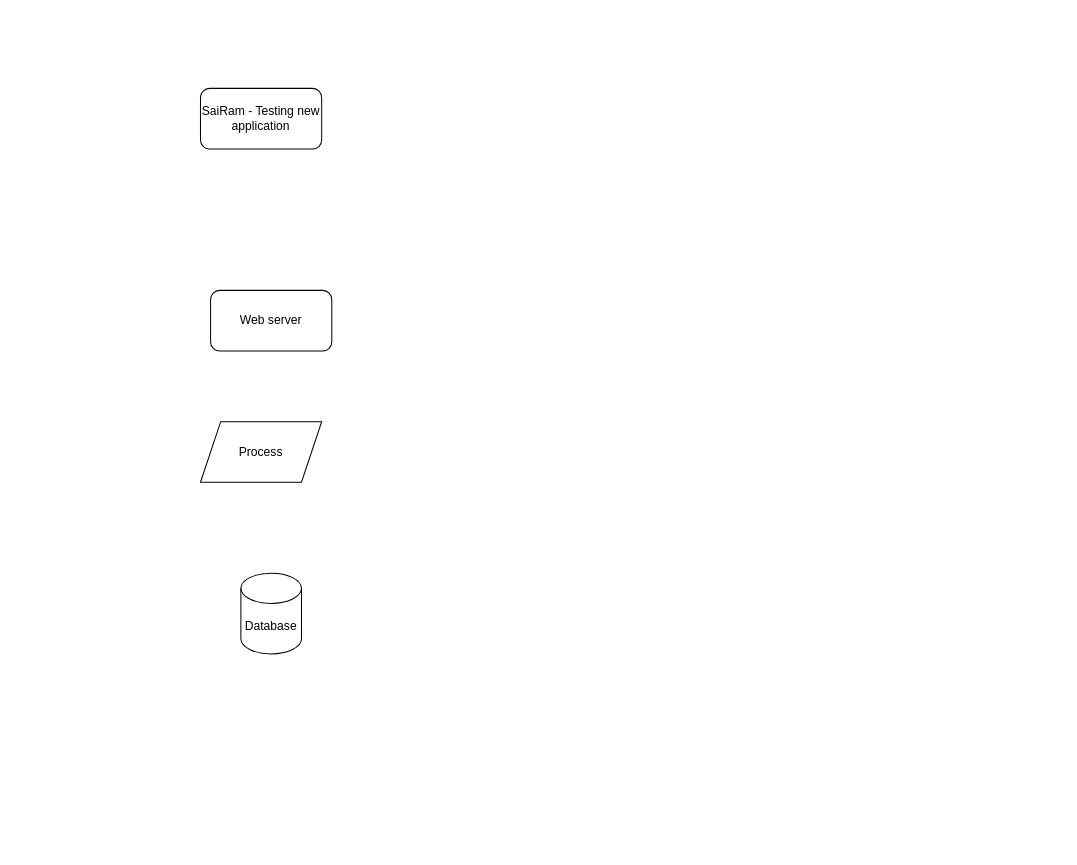
Pari-V/experiments keeps this draw.io diagram as SaiExperiment.drawio. Above is the earlier version. Source tidied: cells renumbered, new cells numbered last; positions are measured from the earlier drawing's top-left corner, leaving out a move shared by most shapes. Both pictures are drawn from the tidied source at 101%, with x=0, y=0 at pixel (200, 88).
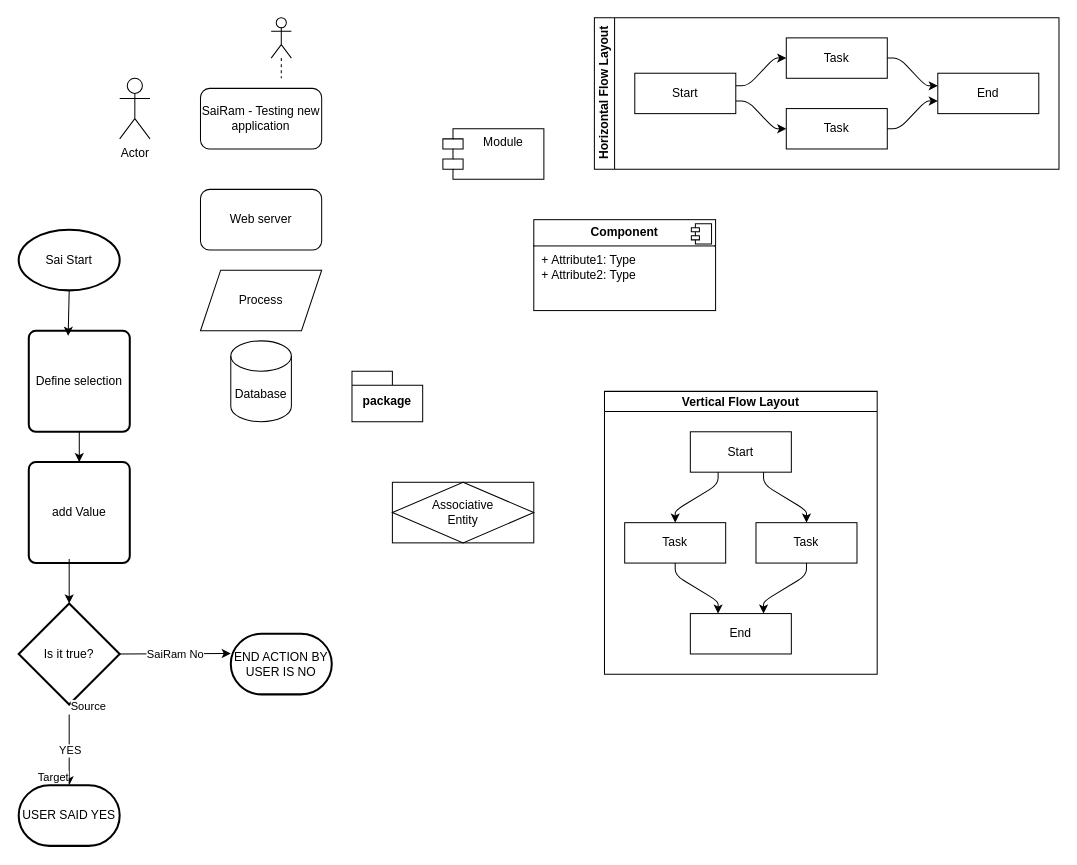
Above is the later version.

Change to the diagram source:
```diff
@@
     <mxCell id="3" value="Web server" style="rounded=1;whiteSpace=wrap;html=1;" parent="1" vertex="1">
-      <mxGeometry x="10" y="200" width="120" height="60" as="geometry" />
+      <mxGeometry y="100" width="120" height="60" as="geometry" />
     </mxCell>
     <mxCell id="4" value="Process" style="shape=parallelogram;perimeter=parallelogramPerimeter;whiteSpace=wrap;html=1;fixedSize=1;" parent="1" vertex="1">
-      <mxGeometry y="330" width="120" height="60" as="geometry" />
+      <mxGeometry y="180" width="120" height="60" as="geometry" />
     </mxCell>
     <mxCell id="5" value="Database" style="shape=cylinder3;whiteSpace=wrap;html=1;boundedLbl=1;backgroundOutline=1;size=15;" parent="1" vertex="1">
-      <mxGeometry x="40" y="480" width="60" height="80" as="geometry" />
+      <mxGeometry x="30" y="250" width="60" height="80" as="geometry" />
     </mxCell>
+    <mxCell id="6" value="Actor" style="shape=umlActor;verticalLabelPosition=bottom;verticalAlign=top;html=1;" parent="1" vertex="1">
+      <mxGeometry x="-80" y="-10" width="30" height="60" as="geometry" />
+    </mxCell>
+    <mxCell id="7" style="shape=umlLifeline;perimeter=lifelinePerimeter;whiteSpace=wrap;html=1;newEdgeStyle={&quot;curved&quot;:0,&quot;rounded&quot;:0};participant=umlActor;" parent="1" vertex="1">
+      <mxGeometry x="70" y="-70" width="20" height="60" as="geometry" />
+    </mxCell>
+    <mxCell id="8" value="package" style="shape=folder;fontStyle=1;spacingTop=10;tabWidth=40;tabHeight=14;tabPosition=left;html=1;whiteSpace=wrap;" parent="1" vertex="1">
+      <mxGeometry x="150" y="280" width="70" height="50" as="geometry" />
+    </mxCell>
+    <mxCell id="9" value="Module" style="shape=module;align=left;spacingLeft=20;align=center;verticalAlign=top;whiteSpace=wrap;html=1;" parent="1" vertex="1">
+      <mxGeometry x="240" y="40" width="100" height="50" as="geometry" />
+    </mxCell>
+    <mxCell id="10" value="&lt;p style=&quot;margin:0px;margin-top:6px;text-align:center;&quot;&gt;&lt;b&gt;Component&lt;/b&gt;&lt;/p&gt;&lt;hr size=&quot;1&quot; style=&quot;border-style:solid;&quot;/&gt;&lt;p style=&quot;margin:0px;margin-left:8px;&quot;&gt;+ Attribute1: Type&lt;br/&gt;+ Attribute2: Type&lt;/p&gt;" style="align=left;overflow=fill;html=1;whiteSpace=wrap;" parent="1" vertex="1">
+      <mxGeometry x="330" y="130" width="180" height="90" as="geometry" />
+    </mxCell>
+    <mxCell id="11" style="shape=component;jettyWidth=8;jettyHeight=4;" parent="10" vertex="1">
+      <mxGeometry x="1" width="20" height="20" relative="1" as="geometry">
+        <mxPoint x="-24" y="4" as="offset" />
+      </mxGeometry>
+    </mxCell>
+    <mxCell id="12" value="Associative&#10;Entity" style="shape=associativeEntity;whiteSpace=wrap;html=1;align=center;" parent="1" vertex="1">
+      <mxGeometry x="190" y="390" width="140" height="60" as="geometry" />
+    </mxCell>
+    <mxCell id="13" value="Vertical Flow Layout" style="swimlane;startSize=20;horizontal=1;flowOrientation=north;interRankCellSpacing=50;containerType=tree;fontSize=12;" parent="1" vertex="1">
+      <mxGeometry x="400" y="300" width="270" height="280" as="geometry" />
+    </mxCell>
+    <mxCell id="14" value="Start" style="whiteSpace=wrap;html=1;" parent="13" vertex="1">
+      <mxGeometry x="85" y="40" width="100" height="40" as="geometry" />
+    </mxCell>
+    <mxCell id="15" value="Task" style="whiteSpace=wrap;html=1;" parent="13" vertex="1">
+      <mxGeometry x="20" y="130" width="100" height="40" as="geometry" />
+    </mxCell>
+    <mxCell id="16" style="html=1;rounded=1;curved=0;sourcePerimeterSpacing=0;targetPerimeterSpacing=0;startSize=6;endSize=6;noEdgeStyle=1;orthogonal=1;" parent="13" edge="1" source="14" target="15">
+      <mxGeometry relative="1" as="geometry">
+        <Array as="points">
+          <mxPoint x="112.5" y="92" />
+          <mxPoint x="70" y="118" />
+        </Array>
+      </mxGeometry>
+    </mxCell>
+    <mxCell id="17" value="Task" style="whiteSpace=wrap;html=1;" parent="13" vertex="1">
+      <mxGeometry x="150" y="130" width="100" height="40" as="geometry" />
+    </mxCell>
+    <mxCell id="18" style="html=1;rounded=1;curved=0;sourcePerimeterSpacing=0;targetPerimeterSpacing=0;startSize=6;endSize=6;noEdgeStyle=1;orthogonal=1;" parent="13" edge="1" source="14" target="17">
+      <mxGeometry relative="1" as="geometry">
+        <Array as="points">
+          <mxPoint x="157.5" y="92" />
+          <mxPoint x="200" y="118" />
+        </Array>
+      </mxGeometry>
+    </mxCell>
+    <mxCell id="19" value="End" style="whiteSpace=wrap;html=1;" parent="13" vertex="1">
+      <mxGeometry x="85" y="220" width="100" height="40" as="geometry" />
+    </mxCell>
+    <mxCell id="20" style="html=1;rounded=1;curved=0;sourcePerimeterSpacing=0;targetPerimeterSpacing=0;startSize=6;endSize=6;noEdgeStyle=1;orthogonal=1;" parent="13" edge="1" source="15" target="19">
+      <mxGeometry relative="1" as="geometry">
+        <Array as="points">
+          <mxPoint x="70" y="182" />
+          <mxPoint x="112.5" y="208" />
+        </Array>
+      </mxGeometry>
+    </mxCell>
+    <mxCell id="21" style="html=1;rounded=1;curved=0;sourcePerimeterSpacing=0;targetPerimeterSpacing=0;startSize=6;endSize=6;noEdgeStyle=1;orthogonal=1;" parent="13" edge="1" source="17" target="19">
+      <mxGeometry relative="1" as="geometry">
+        <Array as="points">
+          <mxPoint x="200" y="182" />
+          <mxPoint x="157.5" y="208" />
+        </Array>
+      </mxGeometry>
+    </mxCell>
+    <mxCell id="22" value="Horizontal Flow Layout" style="swimlane;html=1;startSize=20;horizontal=0;flowOrientation=west;interRankCellSpacing=50;containerType=tree;fontSize=12;" parent="1" vertex="1">
+      <mxGeometry x="390" y="-70" width="460" height="150" as="geometry" />
+    </mxCell>
+    <mxCell id="23" value="Start" style="whiteSpace=wrap;html=1;" parent="22" vertex="1">
+      <mxGeometry x="40" y="55" width="100" height="40" as="geometry" />
+    </mxCell>
+    <mxCell id="24" value="Task" style="whiteSpace=wrap;html=1;" parent="22" vertex="1">
+      <mxGeometry x="190" y="20" width="100" height="40" as="geometry" />
+    </mxCell>
+    <mxCell id="25" style="html=1;rounded=1;curved=0;sourcePerimeterSpacing=0;targetPerimeterSpacing=0;startSize=6;endSize=6;noEdgeStyle=1;orthogonal=1;" parent="22" edge="1" source="23" target="24">
+      <mxGeometry relative="1" as="geometry">
+        <Array as="points">
+          <mxPoint x="152" y="67.5" />
+          <mxPoint x="178" y="40" />
+        </Array>
+      </mxGeometry>
+    </mxCell>
+    <mxCell id="26" value="Task" style="whiteSpace=wrap;html=1;" parent="22" vertex="1">
+      <mxGeometry x="190" y="90" width="100" height="40" as="geometry" />
+    </mxCell>
+    <mxCell id="27" style="html=1;rounded=1;curved=0;sourcePerimeterSpacing=0;targetPerimeterSpacing=0;startSize=6;endSize=6;noEdgeStyle=1;orthogonal=1;" parent="22" edge="1" source="23" target="26">
+      <mxGeometry relative="1" as="geometry">
+        <Array as="points">
+          <mxPoint x="152" y="82.5" />
+          <mxPoint x="178" y="110" />
+        </Array>
+      </mxGeometry>
+    </mxCell>
+    <mxCell id="28" value="End" style="whiteSpace=wrap;html=1;" parent="22" vertex="1">
+      <mxGeometry x="340" y="55" width="100" height="40" as="geometry" />
+    </mxCell>
+    <mxCell id="29" style="html=1;rounded=1;curved=0;sourcePerimeterSpacing=0;targetPerimeterSpacing=0;startSize=6;endSize=6;noEdgeStyle=1;orthogonal=1;" parent="22" edge="1" source="24" target="28">
+      <mxGeometry relative="1" as="geometry">
+        <Array as="points">
+          <mxPoint x="302" y="40" />
+          <mxPoint x="328" y="67.5" />
+        </Array>
+      </mxGeometry>
+    </mxCell>
+    <mxCell id="30" style="html=1;rounded=1;curved=0;sourcePerimeterSpacing=0;targetPerimeterSpacing=0;startSize=6;endSize=6;noEdgeStyle=1;orthogonal=1;" parent="22" edge="1" source="26" target="28">
+      <mxGeometry relative="1" as="geometry">
+        <Array as="points">
+          <mxPoint x="302" y="110" />
+          <mxPoint x="328" y="82.5" />
+        </Array>
+      </mxGeometry>
+    </mxCell>
+    <mxCell id="31" value="Sai Start" style="strokeWidth=2;html=1;shape=mxgraph.flowchart.start_1;whiteSpace=wrap;" parent="1" vertex="1">
+      <mxGeometry x="-180" y="140" width="100" height="60" as="geometry" />
+    </mxCell>
+    <mxCell id="32" value="Define selection" style="rounded=1;whiteSpace=wrap;html=1;absoluteArcSize=1;arcSize=14;strokeWidth=2;" parent="1" vertex="1">
+      <mxGeometry x="-170" y="240" width="100" height="100" as="geometry" />
+    </mxCell>
+    <mxCell id="33" value="add Value" style="rounded=1;whiteSpace=wrap;html=1;absoluteArcSize=1;arcSize=14;strokeWidth=2;" parent="1" vertex="1">
+      <mxGeometry x="-170" y="370" width="100" height="100" as="geometry" />
+    </mxCell>
+    <mxCell id="34" value="Is it true?" style="strokeWidth=2;html=1;shape=mxgraph.flowchart.decision;whiteSpace=wrap;" parent="1" vertex="1">
+      <mxGeometry x="-180" y="510" width="100" height="100" as="geometry" />
+    </mxCell>
+    <mxCell id="35" value="END ACTION BY USER IS NO" style="strokeWidth=2;html=1;shape=mxgraph.flowchart.terminator;whiteSpace=wrap;" parent="1" vertex="1">
+      <mxGeometry x="30" y="540" width="100" height="60" as="geometry" />
+    </mxCell>
+    <mxCell id="36" value="USER SAID YES" style="strokeWidth=2;html=1;shape=mxgraph.flowchart.terminator;whiteSpace=wrap;" parent="1" vertex="1">
+      <mxGeometry x="-180" y="690" width="100" height="60" as="geometry" />
+    </mxCell>
+    <mxCell id="37" style="endArrow=classic;html=1;rounded=0;exitX=0.5;exitY=1;exitDx=0;exitDy=0;exitPerimeter=0;entryX=0.39;entryY=0.05;entryDx=0;entryDy=0;entryPerimeter=0;" parent="1" edge="1" source="31" target="32">
+      <mxGeometry relative="1" as="geometry" />
+    </mxCell>
+    <mxCell id="38" style="endArrow=classic;html=1;rounded=0;exitX=0.5;exitY=1;exitDx=0;exitDy=0;" parent="1" edge="1" source="32" target="33">
+      <mxGeometry relative="1" as="geometry" />
+    </mxCell>
+    <mxCell id="39" style="endArrow=classic;html=1;rounded=0;exitX=0.4;exitY=0.96;exitDx=0;exitDy=0;entryX=0.5;entryY=0;entryDx=0;entryDy=0;entryPerimeter=0;exitPerimeter=0;" parent="1" edge="1" source="33" target="34">
+      <mxGeometry relative="1" as="geometry" />
+    </mxCell>
+    <mxCell id="40" style="endArrow=classic;html=1;rounded=0;" parent="1" edge="1">
+      <mxGeometry relative="1" as="geometry">
+        <mxPoint x="-130" y="620" as="sourcePoint" />
+        <mxPoint x="-130" y="690" as="targetPoint" />
+      </mxGeometry>
+    </mxCell>
+    <mxCell id="41" value="YES" style="edgeLabel;html=1;align=center;verticalAlign=middle;" parent="40" vertex="1">
+      <mxGeometry relative="1" as="geometry" />
+    </mxCell>
+    <mxCell id="42" value="Source" style="edgeLabel;html=1;align=left;verticalAlign=bottom;" parent="40" vertex="1">
+      <mxGeometry x="-1" relative="1" as="geometry" />
+    </mxCell>
+    <mxCell id="43" value="Target" style="edgeLabel;html=1;align=right;verticalAlign=bottom;" parent="40" vertex="1">
+      <mxGeometry x="1" relative="1" as="geometry" />
+    </mxCell>
+    <mxCell id="44" style="endArrow=classic;html=1;rounded=0;exitX=1;exitY=0.5;exitDx=0;exitDy=0;exitPerimeter=0;" parent="1" edge="1" source="34">
+      <mxGeometry relative="1" as="geometry">
+        <mxPoint x="30" y="559.5" as="targetPoint" />
+      </mxGeometry>
+    </mxCell>
+    <mxCell id="45" value="SaiRam No" style="edgeLabel;html=1;align=center;verticalAlign=middle;" parent="44" vertex="1">
+      <mxGeometry relative="1" as="geometry" />
+    </mxCell>
```
